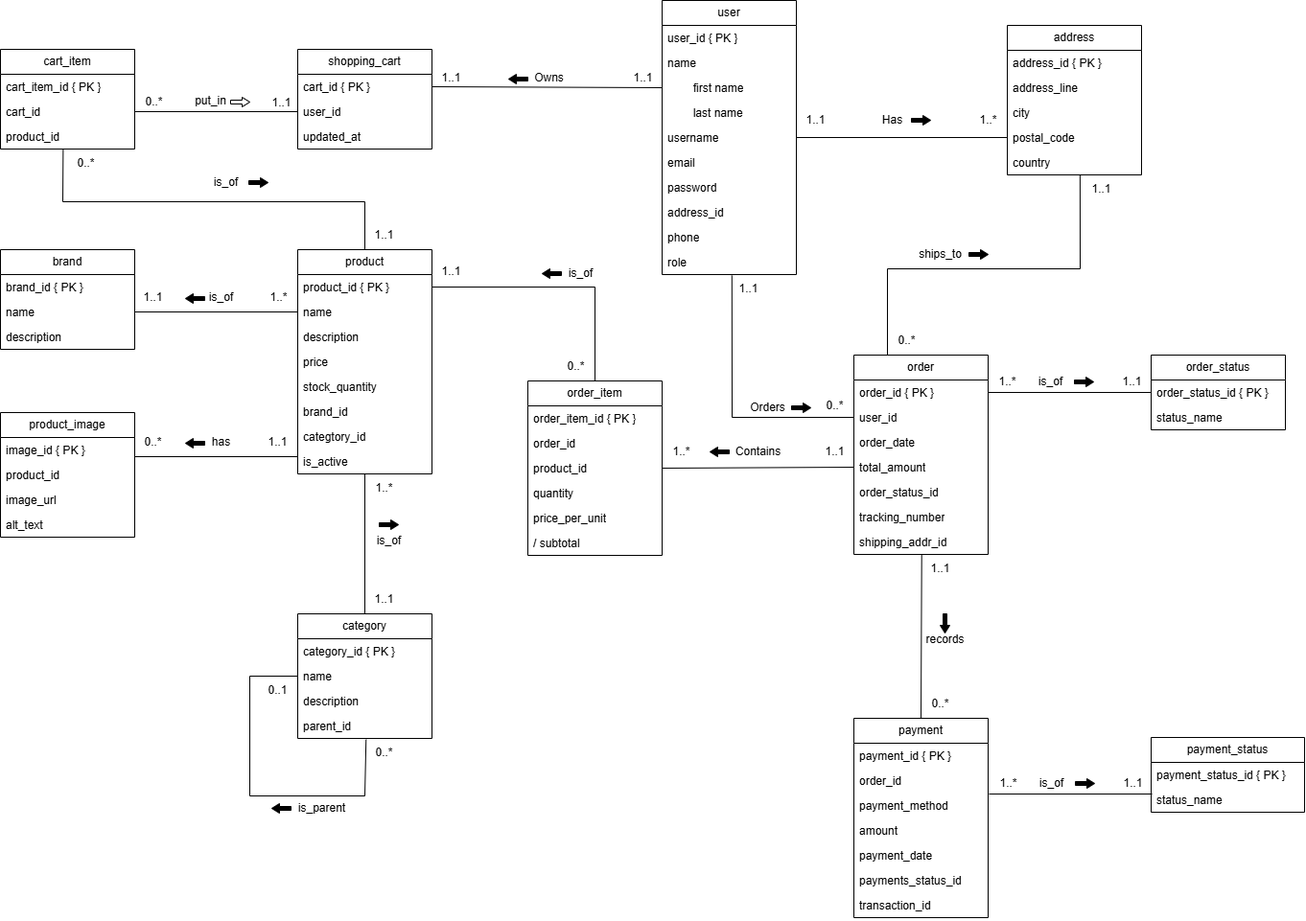
magndy/IDATG2024-grp-06 keeps this draw.io diagram as diagrams/ER-diagram-IDATG2204-project.drawio.png. Above is the earlier version. Source tidied: cells renumbered, new cells last; positions are measured from the earlier drawing's top-left corner, leaving out a move shared by most shapes.
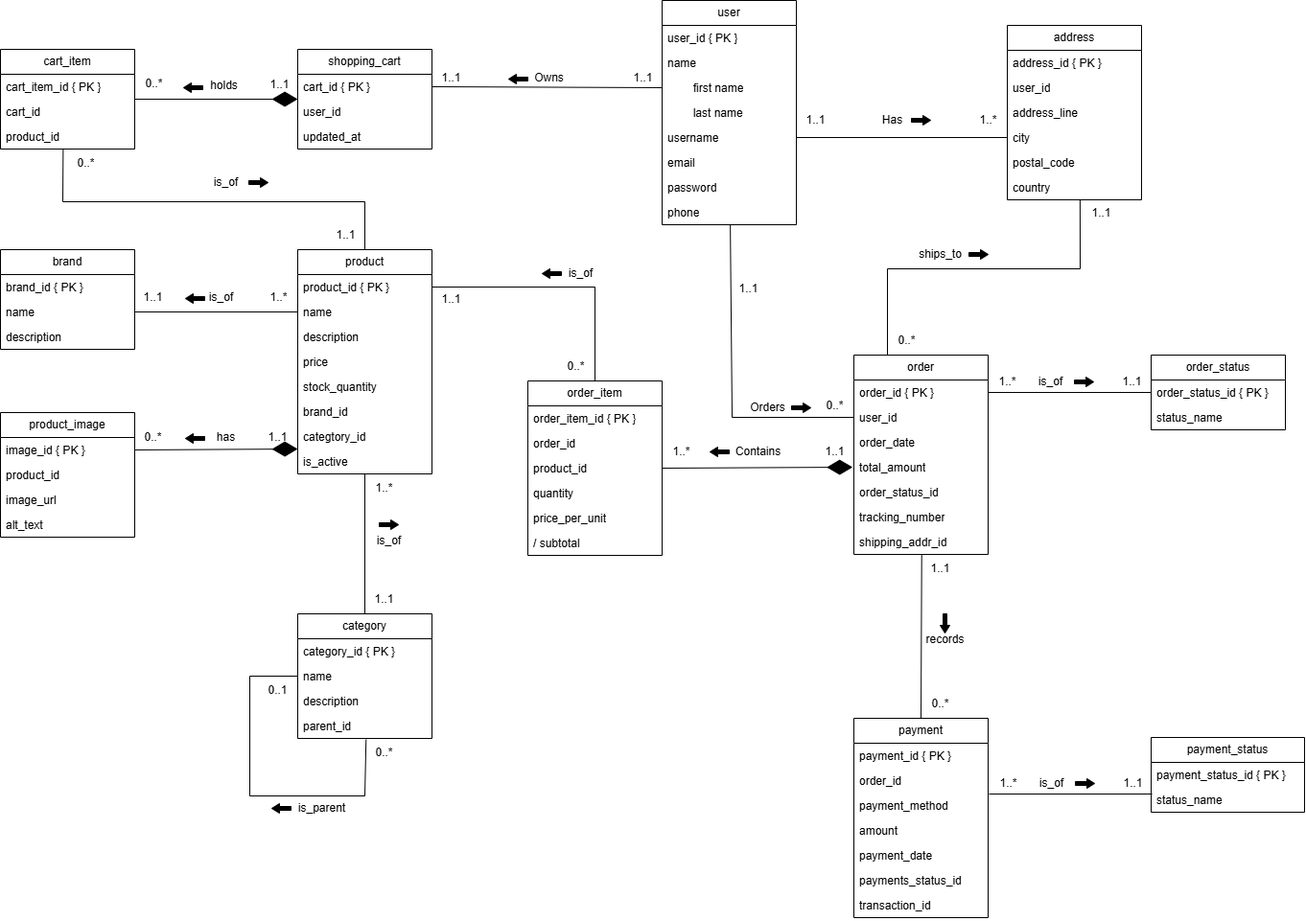
Later version of the same file.

Commit message:
added composition to relations, fixed one error in user/address

The edit, as a diff of the source:
```diff
@@ -66,7 +66,7 @@
       <mxGeometry y="78" width="140" height="26" as="geometry" />
     </mxCell>
     <mxCell id="21" value="user" style="swimlane;fontStyle=0;horizontal=1;startSize=26;fillColor=none;whiteSpace=wrap;html=1;" parent="1" vertex="1">
-      <mxGeometry x="690" width="140" height="286" as="geometry" />
+      <mxGeometry x="690" width="140" height="234" as="geometry" />
     </mxCell>
     <mxCell id="22" value="user_id { PK }" style="text;strokeColor=none;fillColor=none;align=left;verticalAlign=top;spacingLeft=4;spacingRight=4;overflow=hidden;whiteSpace=wrap;html=1;" parent="21" vertex="1">
       <mxGeometry y="26" width="140" height="26" as="geometry" />
@@ -89,15 +89,9 @@
     <mxCell id="28" value="password" style="text;strokeColor=none;fillColor=none;align=left;verticalAlign=top;spacingLeft=4;spacingRight=4;overflow=hidden;whiteSpace=wrap;html=1;" parent="21" vertex="1">
       <mxGeometry y="182" width="140" height="26" as="geometry" />
     </mxCell>
-    <mxCell id="29" value="address_id" style="text;strokeColor=none;fillColor=none;align=left;verticalAlign=top;spacingLeft=4;spacingRight=4;overflow=hidden;whiteSpace=wrap;html=1;" parent="21" vertex="1">
-      <mxGeometry y="208" width="140" height="26" as="geometry" />
-    </mxCell>
     <mxCell id="30" value="phone" style="text;strokeColor=none;fillColor=none;align=left;verticalAlign=top;spacingLeft=4;spacingRight=4;overflow=hidden;whiteSpace=wrap;html=1;" parent="21" vertex="1">
-      <mxGeometry y="234" width="140" height="26" as="geometry" />
+      <mxGeometry y="208" width="140" height="26" as="geometry" />
     </mxCell>
-    <mxCell id="31" value="role" style="text;strokeColor=none;fillColor=none;align=left;verticalAlign=top;spacingLeft=4;spacingRight=4;overflow=hidden;points=[[0,0.5],[1,0.5]];portConstraint=eastwest;whiteSpace=wrap;html=1;" parent="21" vertex="1">
-      <mxGeometry y="260" width="140" height="26" as="geometry" />
-    </mxCell>
     <mxCell id="32" value="order" style="swimlane;fontStyle=0;horizontal=1;startSize=26;fillColor=none;whiteSpace=wrap;html=1;" parent="1" vertex="1">
       <mxGeometry x="890" y="370" width="140" height="208" as="geometry" />
     </mxCell>
@@ -168,22 +162,25 @@
       <mxGeometry y="182" width="140" height="26" as="geometry" />
     </mxCell>
     <mxCell id="55" value="address" style="swimlane;fontStyle=0;horizontal=1;startSize=26;fillColor=none;whiteSpace=wrap;html=1;" parent="1" vertex="1">
-      <mxGeometry x="1050" y="26" width="140" height="156" as="geometry" />
+      <mxGeometry x="1050" y="26" width="140" height="182" as="geometry" />
     </mxCell>
     <mxCell id="56" value="address_id { PK }" style="text;strokeColor=none;fillColor=none;align=left;verticalAlign=top;spacingLeft=4;spacingRight=4;overflow=hidden;whiteSpace=wrap;html=1;" parent="55" vertex="1">
       <mxGeometry y="26" width="140" height="26" as="geometry" />
     </mxCell>
-    <mxCell id="57" value="address_line" style="text;strokeColor=none;fillColor=none;align=left;verticalAlign=top;spacingLeft=4;spacingRight=4;overflow=hidden;whiteSpace=wrap;html=1;" parent="55" vertex="1">
+    <mxCell id="57" value="user_id" style="text;strokeColor=none;fillColor=none;align=left;verticalAlign=top;spacingLeft=4;spacingRight=4;overflow=hidden;whiteSpace=wrap;html=1;" parent="55" vertex="1">
       <mxGeometry y="52" width="140" height="26" as="geometry" />
     </mxCell>
+    <mxCell id="154" value="address_line" style="text;strokeColor=none;fillColor=none;align=left;verticalAlign=top;spacingLeft=4;spacingRight=4;overflow=hidden;whiteSpace=wrap;html=1;" parent="55" vertex="1">
+      <mxGeometry y="78" width="140" height="26" as="geometry" />
+    </mxCell>
     <mxCell id="58" value="city" style="text;strokeColor=none;fillColor=none;align=left;verticalAlign=top;spacingLeft=4;spacingRight=4;overflow=hidden;whiteSpace=wrap;html=1;" parent="55" vertex="1">
-      <mxGeometry y="78" width="140" height="26" as="geometry" />
+      <mxGeometry y="104" width="140" height="26" as="geometry" />
     </mxCell>
     <mxCell id="59" value="postal_code" style="text;strokeColor=none;fillColor=none;align=left;verticalAlign=top;spacingLeft=4;spacingRight=4;overflow=hidden;whiteSpace=wrap;html=1;" parent="55" vertex="1">
-      <mxGeometry y="104" width="140" height="26" as="geometry" />
+      <mxGeometry y="130" width="140" height="26" as="geometry" />
     </mxCell>
     <mxCell id="60" value="country" style="text;strokeColor=none;fillColor=none;align=left;verticalAlign=top;spacingLeft=4;spacingRight=4;overflow=hidden;points=[[0,0.5],[1,0.5]];portConstraint=eastwest;whiteSpace=wrap;html=1;" parent="55" vertex="1">
-      <mxGeometry y="130" width="140" height="26" as="geometry" />
+      <mxGeometry y="156" width="140" height="26" as="geometry" />
     </mxCell>
     <mxCell id="61" value="product_image" style="swimlane;fontStyle=0;horizontal=1;startSize=26;fillColor=none;whiteSpace=wrap;html=1;" parent="1" vertex="1">
       <mxGeometry y="430" width="140" height="130" as="geometry" />
@@ -259,7 +256,7 @@
     <mxCell id="84" value="1..1" style="text;html=1;align=center;verticalAlign=middle;strokeColor=none;fillColor=none;" parent="1" vertex="1">
       <mxGeometry x="830" y="110" width="40" height="30" as="geometry" />
     </mxCell>
-    <mxCell id="85" style="endArrow=none;html=1;rounded=0;entryX=0.52;entryY=1.038;entryDx=0;entryDy=0;entryPerimeter=0;exitX=0;exitY=0.5;exitDx=0;exitDy=0;" parent="1" edge="1" source="34" target="31">
+    <mxCell id="85" style="endArrow=none;html=1;rounded=0;exitX=0;exitY=0.5;exitDx=0;exitDy=0;" parent="1" edge="1" source="34" target="21">
       <mxGeometry relative="1" as="geometry">
         <Array as="points">
           <mxPoint x="763" y="435" />
@@ -278,9 +275,6 @@
     <mxCell id="89" value="1..1" style="text;html=1;align=center;verticalAlign=middle;strokeColor=none;fillColor=none;" parent="1" vertex="1">
       <mxGeometry x="760" y="286" width="40" height="30" as="geometry" />
     </mxCell>
-    <mxCell id="90" style="endArrow=none;html=1;rounded=0;entryX=1;entryY=0.5;entryDx=0;entryDy=0;exitX=0;exitY=0.5;exitDx=0;exitDy=0;" parent="1" edge="1" source="36" target="43">
-      <mxGeometry relative="1" as="geometry" />
-    </mxCell>
     <mxCell id="91" style="shape=singleArrow;whiteSpace=wrap;html=1;arrowWidth=0.4;arrowSize=0.4;rotation=-180;fillColor=light-dark(#000000,#000000);strokeColor=light-dark(#000000,#000000);fillStyle=solid;" parent="1" vertex="1">
       <mxGeometry x="740" y="466" width="20" height="10" as="geometry" />
     </mxCell>
@@ -323,20 +317,14 @@
     <mxCell id="104" value="1..1" style="text;html=1;align=center;verticalAlign=middle;strokeColor=none;fillColor=none;" parent="1" vertex="1">
       <mxGeometry x="450" y="66" width="40" height="30" as="geometry" />
     </mxCell>
-    <mxCell id="105" style="endArrow=none;html=1;rounded=0;entryX=0;entryY=0.5;entryDx=0;entryDy=0;exitX=1;exitY=0.5;exitDx=0;exitDy=0;" parent="1" edge="1" source="78" target="74">
-      <mxGeometry relative="1" as="geometry" />
-    </mxCell>
-    <mxCell id="106" style="shape=singleArrow;whiteSpace=wrap;html=1;arrowWidth=0.4;arrowSize=0.4;rotation=0;fillColor=light-dark(#FFFFFF,#FFFFFF);strokeColor=light-dark(#000000,#000000);fillStyle=solid;" parent="1" vertex="1">
-      <mxGeometry x="240" y="101" width="20" height="10" as="geometry" />
-    </mxCell>
-    <mxCell id="107" value="put_in" style="text;html=1;align=center;verticalAlign=middle;strokeColor=none;fillColor=none;" parent="1" vertex="1">
-      <mxGeometry x="189" y="90" width="60" height="30" as="geometry" />
+    <mxCell id="107" value="holds" style="text;html=1;align=center;verticalAlign=middle;strokeColor=none;fillColor=none;" parent="1" vertex="1">
+      <mxGeometry x="208" y="74" width="50" height="30" as="geometry" />
     </mxCell>
     <mxCell id="108" value="0..*" style="text;html=1;align=center;verticalAlign=middle;strokeColor=none;fillColor=none;" parent="1" vertex="1">
-      <mxGeometry x="140" y="91" width="40" height="30" as="geometry" />
+      <mxGeometry x="140" y="72" width="40" height="30" as="geometry" />
     </mxCell>
     <mxCell id="109" value="1..1" style="text;html=1;align=center;verticalAlign=middle;strokeColor=none;fillColor=none;" parent="1" vertex="1">
-      <mxGeometry x="273" y="92" width="40" height="30" as="geometry" />
+      <mxGeometry x="271" y="73" width="40" height="30" as="geometry" />
     </mxCell>
     <mxCell id="110" style="endArrow=none;html=1;rounded=0;exitX=1;exitY=0.5;exitDx=0;exitDy=0;entryX=0;entryY=0.5;entryDx=0;entryDy=0;" parent="1" edge="1" source="19" target="4">
       <mxGeometry relative="1" as="geometry" />
@@ -354,22 +342,16 @@
       <mxGeometry x="270" y="295" width="40" height="30" as="geometry" />
     </mxCell>
     <mxCell id="115" style="shape=singleArrow;whiteSpace=wrap;html=1;arrowWidth=0.4;arrowSize=0.4;rotation=-180;fillColor=light-dark(#000000,#000000);strokeColor=light-dark(#000000,#000000);fillStyle=solid;" parent="1" vertex="1">
-      <mxGeometry x="193" y="457" width="20" height="10" as="geometry" />
+      <mxGeometry x="193" y="452" width="20" height="10" as="geometry" />
     </mxCell>
     <mxCell id="116" value="has" style="text;html=1;align=center;verticalAlign=middle;strokeColor=none;fillColor=none;" parent="1" vertex="1">
-      <mxGeometry x="210" y="446" width="40" height="30" as="geometry" />
+      <mxGeometry x="215" y="441" width="40" height="30" as="geometry" />
     </mxCell>
-    <mxCell id="117" style="endArrow=none;html=1;rounded=0;exitX=1;exitY=0.5;exitDx=0;exitDy=0;entryX=0;entryY=0.5;entryDx=0;entryDy=0;" parent="1" edge="1">
-      <mxGeometry relative="1" as="geometry">
-        <mxPoint x="140" y="476" as="sourcePoint" />
-        <mxPoint x="310" y="476" as="targetPoint" />
-      </mxGeometry>
-    </mxCell>
     <mxCell id="118" value="0..*" style="text;html=1;align=center;verticalAlign=middle;strokeColor=none;fillColor=none;" parent="1" vertex="1">
-      <mxGeometry x="139" y="446" width="40" height="30" as="geometry" />
+      <mxGeometry x="139" y="441" width="40" height="30" as="geometry" />
     </mxCell>
     <mxCell id="119" value="1..1" style="text;html=1;align=center;verticalAlign=middle;strokeColor=none;fillColor=none;" parent="1" vertex="1">
-      <mxGeometry x="269" y="446" width="40" height="30" as="geometry" />
+      <mxGeometry x="269" y="441" width="40" height="30" as="geometry" />
     </mxCell>
     <mxCell id="120" style="endArrow=none;html=1;rounded=0;exitX=0.5;exitY=1;exitDx=0;exitDy=0;entryX=0.5;entryY=0;entryDx=0;entryDy=0;" parent="1" edge="1" source="2" target="11">
       <mxGeometry relative="1" as="geometry" />
@@ -445,7 +427,7 @@
       <mxGeometry x="1031" y="802" width="40" height="30" as="geometry" />
     </mxCell>
     <mxCell id="140" value="1..1" style="text;html=1;align=center;verticalAlign=middle;strokeColor=none;fillColor=none;" parent="1" vertex="1">
-      <mxGeometry x="380" y="230" width="40" height="30" as="geometry" />
+      <mxGeometry x="340" y="230" width="40" height="30" as="geometry" />
     </mxCell>
     <mxCell id="141" value="0..*" style="text;html=1;align=center;verticalAlign=middle;strokeColor=none;fillColor=none;" parent="1" vertex="1">
       <mxGeometry x="69" y="155" width="40" height="30" as="geometry" />
@@ -458,7 +440,7 @@
       </mxGeometry>
     </mxCell>
     <mxCell id="143" value="1..1" style="text;html=1;align=center;verticalAlign=middle;strokeColor=none;fillColor=none;" parent="1" vertex="1">
-      <mxGeometry x="450" y="268" width="40" height="30" as="geometry" />
+      <mxGeometry x="450" y="297" width="40" height="30" as="geometry" />
     </mxCell>
     <mxCell id="144" value="0..*" style="text;html=1;align=center;verticalAlign=middle;strokeColor=none;fillColor=none;" parent="1" vertex="1">
       <mxGeometry x="580" y="367" width="40" height="30" as="geometry" />
@@ -470,7 +452,7 @@
       <mxGeometry x="1010" y="260" width="20" height="10" as="geometry" />
     </mxCell>
     <mxCell id="147" value="1..1" style="text;html=1;align=center;verticalAlign=middle;strokeColor=none;fillColor=none;" parent="1" vertex="1">
-      <mxGeometry x="1128" y="182" width="40" height="30" as="geometry" />
+      <mxGeometry x="1128" y="207" width="40" height="30" as="geometry" />
     </mxCell>
     <mxCell id="148" value="0..*" style="text;html=1;align=center;verticalAlign=middle;strokeColor=none;fillColor=none;" parent="1" vertex="1">
       <mxGeometry x="925" y="340" width="40" height="30" as="geometry" />
@@ -490,5 +472,19 @@
     <mxCell id="153" value="is_of" style="text;html=1;align=center;verticalAlign=middle;strokeColor=none;fillColor=none;" parent="1" vertex="1">
       <mxGeometry x="210" y="175" width="50" height="30" as="geometry" />
     </mxCell>
+    <mxCell id="155" style="shape=singleArrow;whiteSpace=wrap;html=1;arrowWidth=0.4;arrowSize=0.4;rotation=-180;fillColor=light-dark(#000000,#000000);strokeColor=light-dark(#000000,#000000);fillStyle=solid;" parent="1" vertex="1">
+      <mxGeometry x="191" y="86" width="20" height="10" as="geometry" />
+    </mxCell>
+    <mxCell id="156" style="endArrow=diamondThin;endFill=1;endSize=24;html=1;rounded=0;" parent="1" edge="1" source="76" target="72">
+      <mxGeometry relative="1" as="geometry" />
+    </mxCell>
+    <mxCell id="157" style="endArrow=diamondThin;endFill=1;endSize=24;html=1;rounded=0;exitX=1;exitY=0.5;exitDx=0;exitDy=0;" parent="1" edge="1" source="62">
+      <mxGeometry relative="1" as="geometry">
+        <mxPoint x="310" y="468" as="targetPoint" />
+      </mxGeometry>
+    </mxCell>
+    <mxCell id="158" style="endArrow=diamondThin;endFill=1;endSize=24;html=1;rounded=0;entryX=0.967;entryY=1.033;entryDx=0;entryDy=0;entryPerimeter=0;exitX=1;exitY=0.5;exitDx=0;exitDy=0;" parent="1" edge="1" source="43" target="94">
+      <mxGeometry relative="1" as="geometry" />
+    </mxCell>
   </root>
 </mxGraphModel>
```
